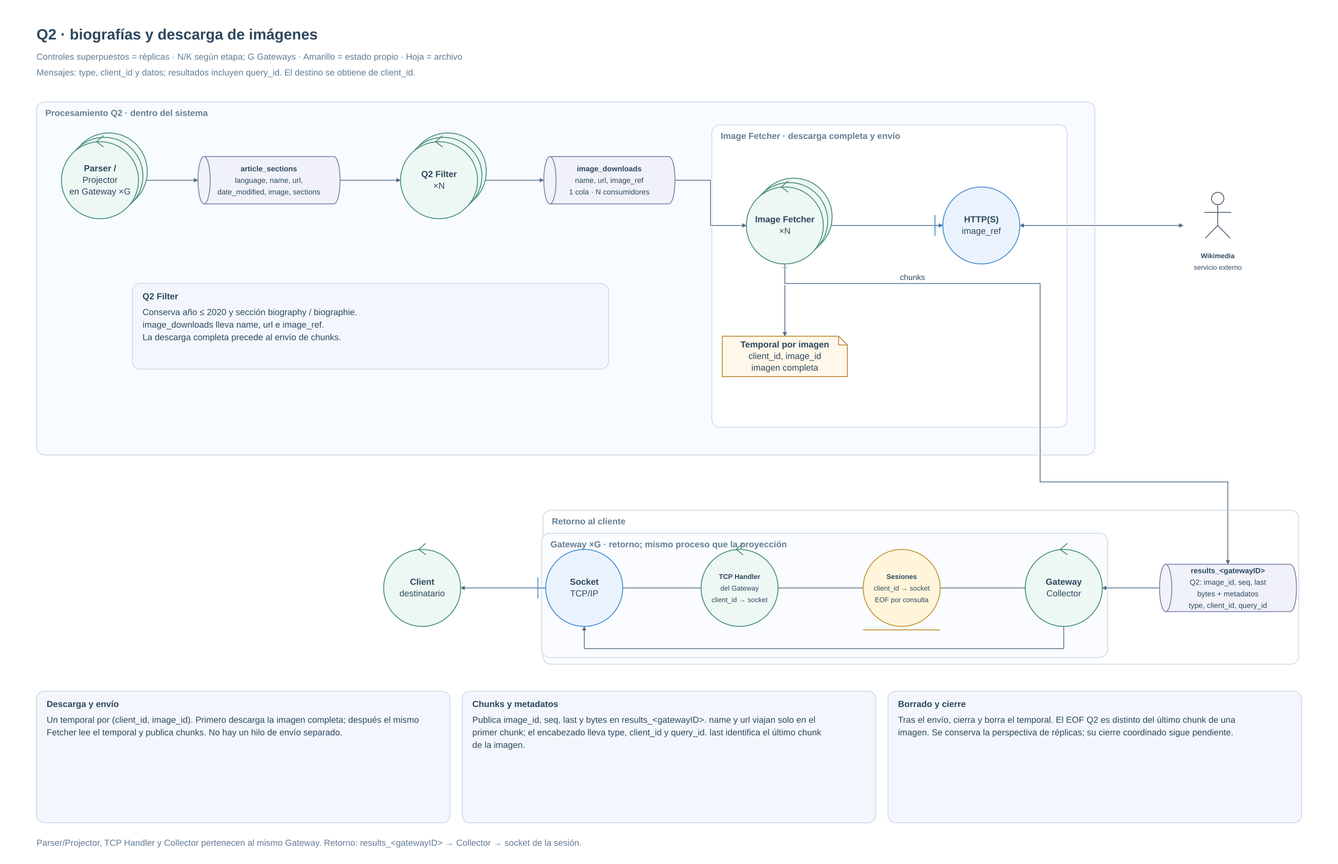
Before: Diagramas/Robustez/DIagrama-robustez-q2.png, a diagram exported from Mermaid (NicoPodesta/trabajo-final-distribuidos). Its source is kept beside it as Diagramas/Robustez/DIagrama-robustez-q2.mmd.
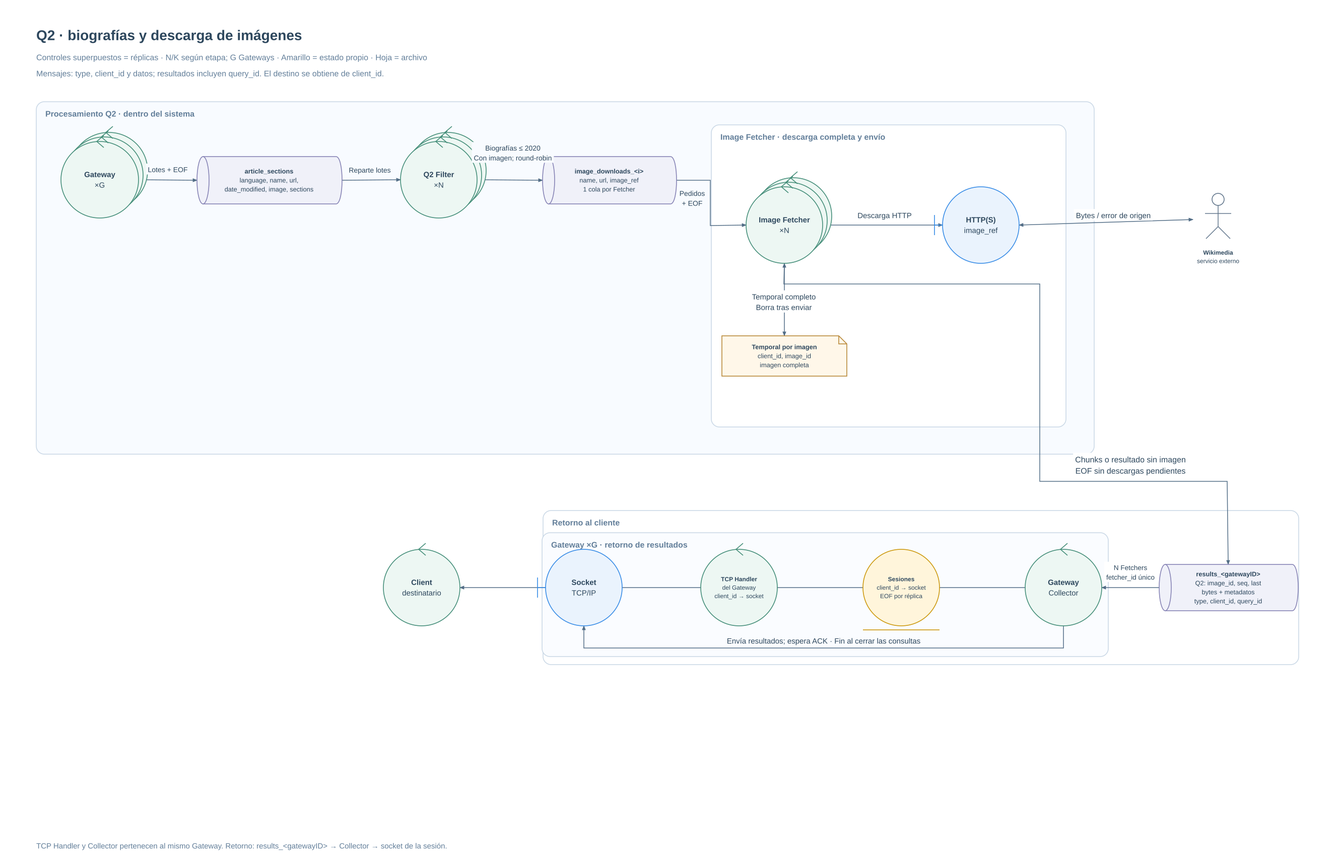
After the commit.

What changed in the source:
```diff
@@ -1,48 +1,45 @@
 flowchart LR
-    subgraph FETCHER["Image Fetcher · descarga completa y envío de chunks"]
+    subgraph GROUP1["Image Fetcher · descarga completa y envío"]
     IMG(("Image Fetcher<br/>×N"))
     IF["Temporal por imagen<br/>client_id, image_id<br/>imagen completa"]
     HTTP(("HTTP(S)<br/>image_ref"))
     end
-    subgraph RETURN["Retorno al cliente"]
+    subgraph GROUP3["Gateway ×G · retorno de resultados"]
+    API(("Socket<br/>TCP/IP"))
+    RX(("TCP Handler<br/>del Gateway<br/>client_id → socket"))
+    SESSION(("Sesiones<br/>client_id → socket<br/>EOF por réplica"))
+    GW(("Gateway<br/>Collector"))
+    end
+    P(("Gateway<br/>×G"))
+    Q2(("Q2 Filter<br/>×N"))
+    C(("Client<br/>destinatario"))
+    Q2Q@{ shape: h-cyl, label: "article_sections<br/>language, name, url,<br/>date_modified, image, sections" }
+    IQ@{ shape: h-cyl, label: "image_downloads_&lt;i&gt;<br/>name, url, image_ref<br/>1 cola por Fetcher" }
     RQ@{ shape: h-cyl, label: "results_&lt;gatewayID&gt;<br/>Q2: image_id, seq, last<br/>bytes + metadatos<br/>type, client_id, query_id" }
-    subgraph GATEWAY["Gateway ×G · retorno; mismo proceso que la proyección"]
-    GW(("Gateway<br/>Collector"))
-    SESSION(("Sesiones<br/>client_id → socket<br/>EOF por consulta"))
-    RX(("TCP Handler<br/>del Gateway<br/>client_id → socket"))
-    API(("Socket<br/>TCP/IP"))
-    end
-    end
-    P(("Parser /<br/>Projector<br/>en Gateway ×G"))
-    Q2Q@{ shape: h-cyl, label: "article_sections<br/>language, name, url,<br/>date_modified, image, sections" }
-    Q2(("Q2 Filter<br/>×N"))
-    IQ@{ shape: h-cyl, label: "image_downloads<br/>name, url, image_ref<br/>1 cola · N consumidores" }
     WM["Wikimedia<br/>servicio externo"]
-    C(("Client<br/>destinatario"))
-    P --> Q2Q
-    Q2Q --> Q2
-    Q2 --> IQ
-    IQ --> IMG
-    IMG <--> IF
-    IMG -->|chunks| RQ
-    IMG <--> HTTP
-    HTTP <--> WM
-    RQ --> GW
+    P -->|"Lotes + EOF"| Q2Q
+    Q2Q -->|"Reparte lotes"| Q2
+    Q2 -->|"Biografías ≤ 2020<br/>Con imagen; round-robin"| IQ
+    IQ -->|"Pedidos<br/>+ EOF"| IMG
+    IMG <-->|"Temporal completo<br/>Borra tras enviar"| IF
+    IMG <-->|"Descarga HTTP"| HTTP
+    HTTP <-->|"Bytes / error de origen"| WM
+    IMG -->|"Chunks o resultado sin imagen<br/>EOF sin descargas pendientes"| RQ
+    RQ -->|"N Fetchers<br/>fetcher_id único"| GW
     GW --- SESSION
-    RX --- SESSION
+    SESSION --- RX
     RX --- API
-    GW -->|escritura por sesión| API
     API --> C
-    classDef control fill:#edf7f3,stroke:#377964;
-    class P,Q2,IMG,GW,RX,C control;
-    classDef boundary fill:#eaf3fd,stroke:#397bac;
+    GW -->|"Envía resultados; espera ACK · Fin al cerrar las consultas"| API
+    classDef control fill:#edf7f3,stroke:#438d78,color:#2d475d;
+    class P,Q2,IMG,C,RX,GW control;
+    classDef boundary fill:#eaf3fd,stroke:#368be6,color:#2d475d;
     class HTTP,API boundary;
-    classDef entity fill:#fff5db,stroke:#b6903e;
+    classDef entity fill:#fff5db,stroke:#cc980c,color:#2d475d;
     class SESSION entity;
-    classDef queue fill:#f0f1f9,stroke:#737d9e;
+    classDef queue fill:#f0f1f9,stroke:#8582b4,color:#2d475d;
     class Q2Q,IQ,RQ queue;
-    classDef exchange fill:#f0f1f9,stroke:#737d9e;
-    classDef file fill:#fff7e9,stroke:#ad8242;
+    classDef file fill:#fff7e9,stroke:#b88837,color:#2d475d;
     class IF file;
-    classDef actor fill:white,stroke:#526579;
+    classDef actor fill:#ffffff,stroke:#61758b,color:#2d475d;
     class WM actor;
```
